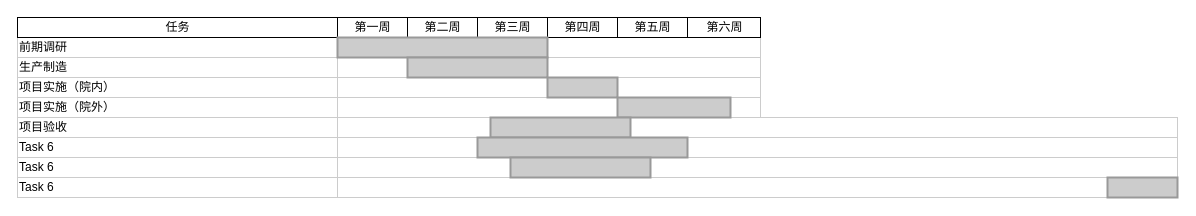
Earlier version of the draw.io diagram 江苏项目甘特图.drawio (captain188/draw.io). Source tidied: cells renumbered, new cells numbered last; positions are measured from the earlier drawing's top-left corner, leaving out a move shared by most shapes. Both pictures are drawn from the tidied source at 100%, with x=0, y=0 at pixel (17, 17).
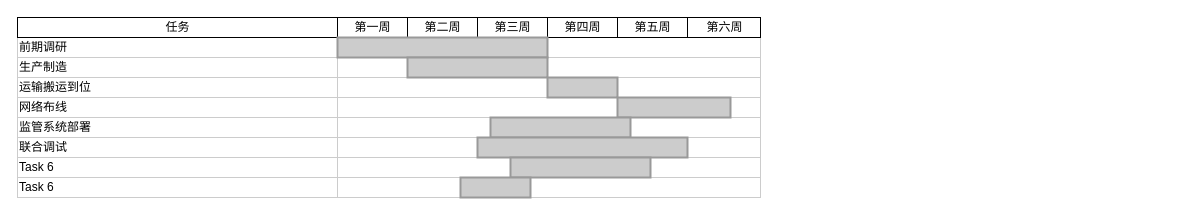
The same page after the edit.

Commit message:
更新江苏项目甘特图.drawio

Diff of the diagram source:
```diff
@@
-    <mxCell id="4" value="项目实施（院内）" style="align=left;strokeColor=#CCCCCC;html=1;" parent="1" vertex="1">
+    <mxCell id="4" value="运输搬运到位" style="align=left;strokeColor=#CCCCCC;html=1;" parent="1" vertex="1">
       <mxGeometry y="60" width="320" height="20" as="geometry" />
     </mxCell>
-    <mxCell id="5" value="项目实施（院外）" style="align=left;strokeColor=#CCCCCC;html=1;" parent="1" vertex="1">
+    <mxCell id="5" value="网络布线" style="align=left;strokeColor=#CCCCCC;html=1;" parent="1" vertex="1">
       <mxGeometry y="80" width="320" height="20" as="geometry" />
     </mxCell>
-    <mxCell id="6" value="项目验收" style="align=left;strokeColor=#CCCCCC;html=1;" parent="1" vertex="1">
+    <mxCell id="6" value="监管系统部署" style="align=left;strokeColor=#CCCCCC;html=1;" parent="1" vertex="1">
       <mxGeometry y="100" width="320" height="20" as="geometry" />
     </mxCell>
-    <mxCell id="7" value="Task 6" style="align=left;strokeColor=#CCCCCC;html=1;" parent="1" vertex="1">
+    <mxCell id="7" value="联合调试" style="align=left;strokeColor=#CCCCCC;html=1;" parent="1" vertex="1">
       <mxGeometry y="120" width="320" height="20" as="geometry" />
     </mxCell>
@@
     <mxCell id="21" style="align=left;strokeColor=#CCCCCC;html=1;" parent="1" vertex="1">
-      <mxGeometry x="320" y="100" width="840" height="20" as="geometry" />
+      <mxGeometry x="320" y="100" width="423" height="20" as="geometry" />
     </mxCell>
     <mxCell id="22" style="align=left;strokeColor=#CCCCCC;html=1;" parent="1" vertex="1">
-      <mxGeometry x="320" y="120" width="840" height="20" as="geometry" />
+      <mxGeometry x="320" y="120" width="423" height="20" as="geometry" />
     </mxCell>
     <mxCell id="23" style="align=left;strokeColor=#CCCCCC;html=1;" parent="1" vertex="1">
-      <mxGeometry x="320" y="140" width="840" height="20" as="geometry" />
+      <mxGeometry x="320" y="140" width="423" height="20" as="geometry" />
     </mxCell>
     <mxCell id="24" style="align=left;strokeColor=#CCCCCC;html=1;" parent="1" vertex="1">
-      <mxGeometry x="320" y="160" width="840" height="20" as="geometry" />
+      <mxGeometry x="320" y="160" width="423" height="20" as="geometry" />
     </mxCell>
@@
     <mxCell id="32" style="whiteSpace=wrap;html=1;strokeWidth=2;fillColor=#CCCCCC;gradientColor=none;fontSize=14;align=center;strokeColor=#999999;" parent="1" vertex="1">
-      <mxGeometry x="1090" y="160" width="70" height="20" as="geometry" />
+      <mxGeometry x="443" y="160" width="70" height="20" as="geometry" />
     </mxCell>
```
